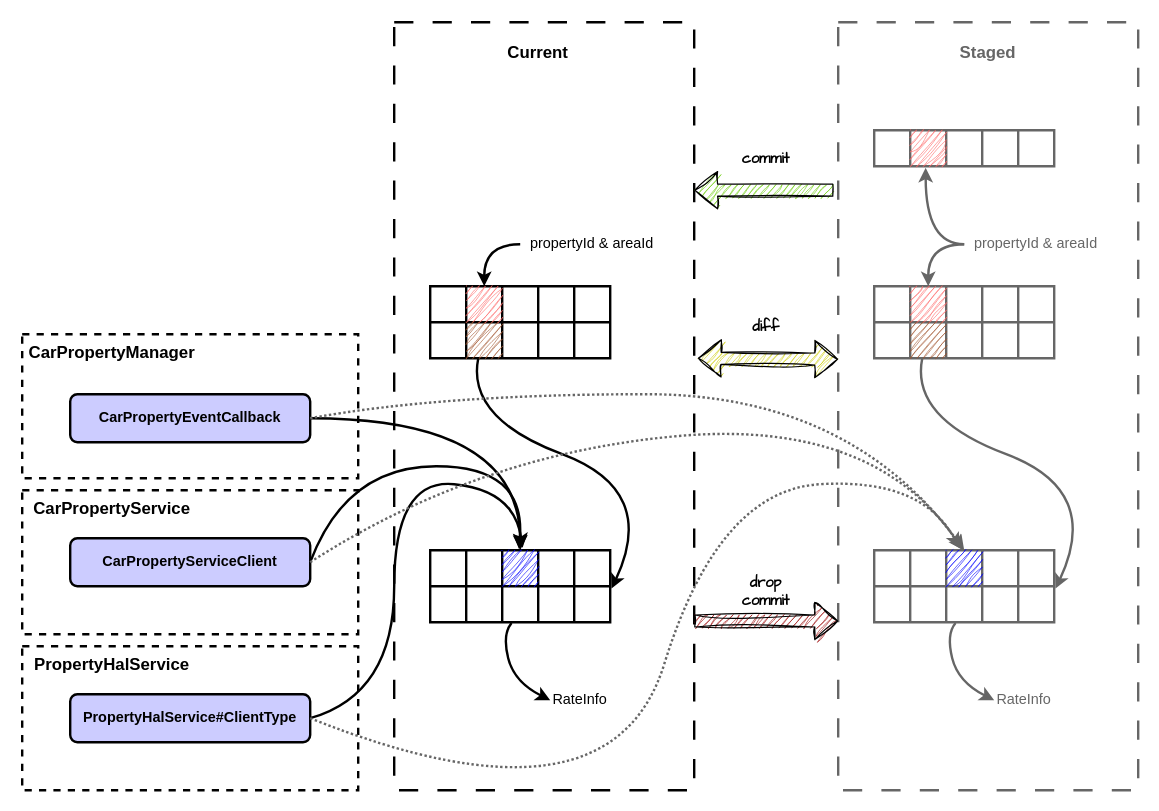
This is images/2025-8-1-car_property_service/drawio/subscriptionmanager.drawio from braisedp/braisedp.github.io, a draw.io file, before an edit. Source tidied: cells renumbered, new cells numbered last; positions are measured from the earlier drawing's top-left corner, leaving out a move shared by most shapes. Both pictures are drawn from the tidied source at 120%, with x=0, y=0 at pixel (22, 22).
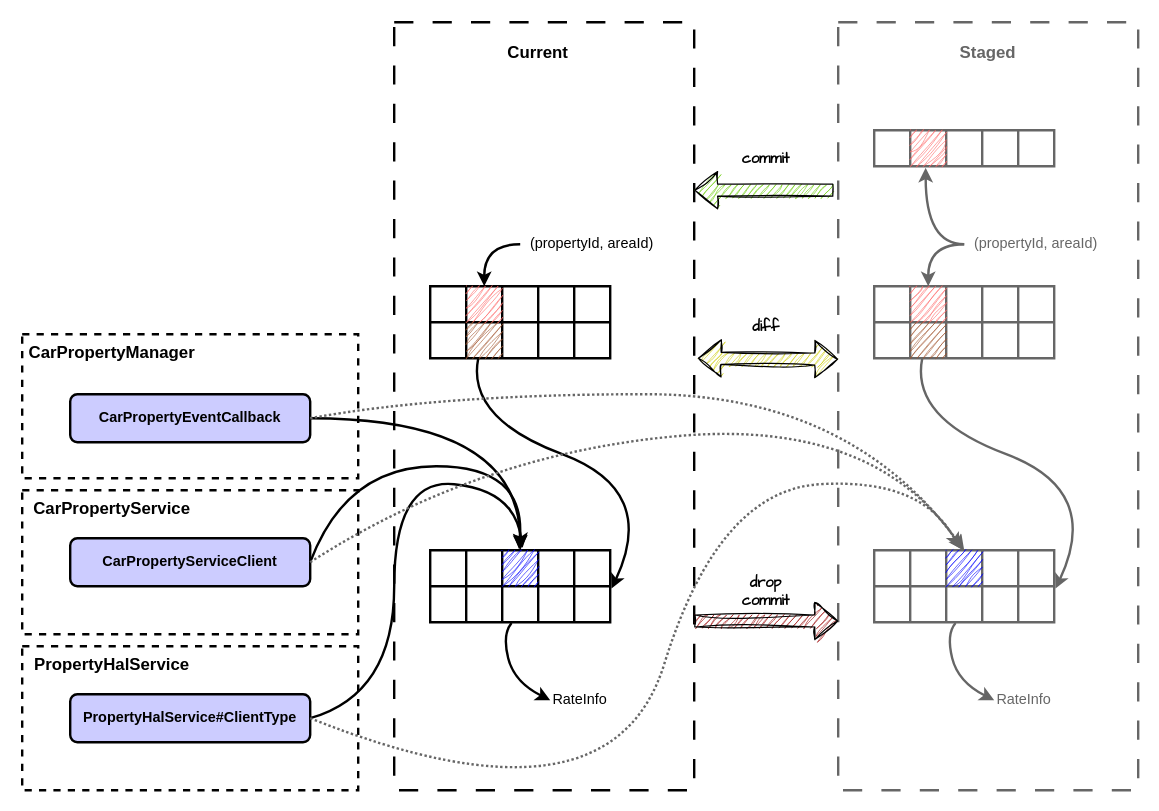
The same page after the edit.

Change to the diagram source:
```diff
@@
-    <mxCell id="35" value="propertyId &amp;amp; areaId" style="text;html=1;align=center;verticalAlign=middle;whiteSpace=wrap;rounded=0;fontSize=12;" parent="1" vertex="1">
+    <mxCell id="35" value="(propertyId, areaId)" style="text;html=1;align=center;verticalAlign=middle;whiteSpace=wrap;rounded=0;fontSize=12;" parent="1" vertex="1">
       <mxGeometry x="415" y="170" width="120" height="30" as="geometry" />
     </mxCell>
@@
-    <mxCell id="76" value="propertyId &amp;amp; areaId" style="text;html=1;align=center;verticalAlign=middle;whiteSpace=wrap;rounded=0;fontSize=12;strokeColor=none;fontColor=#666666;" parent="1" vertex="1">
+    <mxCell id="76" value="(propertyId, areaId)" style="text;html=1;align=center;verticalAlign=middle;whiteSpace=wrap;rounded=0;fontSize=12;strokeColor=none;fontColor=#666666;" parent="1" vertex="1">
       <mxGeometry x="785" y="170" width="120" height="30" as="geometry" />
     </mxCell>
```
